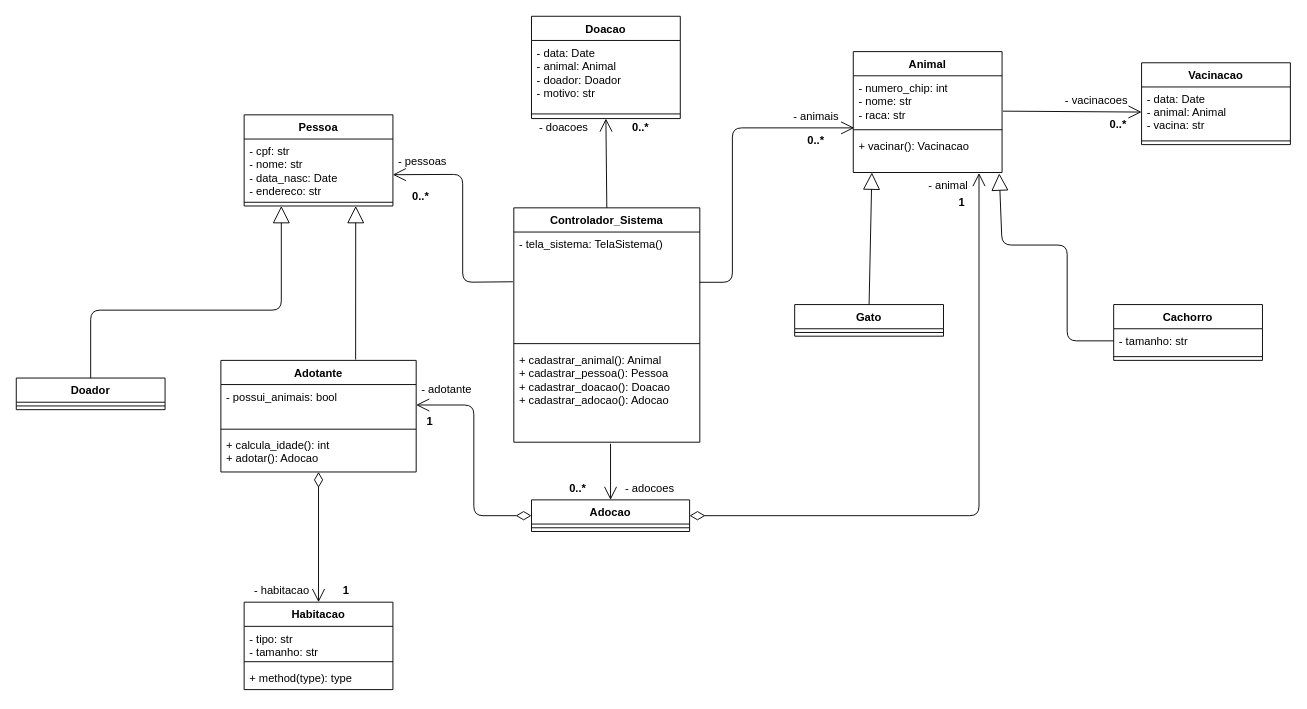
ChrisBarlera/Trabalho-DSOO1 keeps this draw.io diagram as AdoçõesONG(Classes).drawio. Above is the earlier version. Source tidied: cells renumbered, new cells numbered last; positions are measured from the earlier drawing's top-left corner, leaving out a move shared by most shapes. Both pictures are drawn from the tidied source at 93%, with x=0, y=0 at pixel (16, 16).
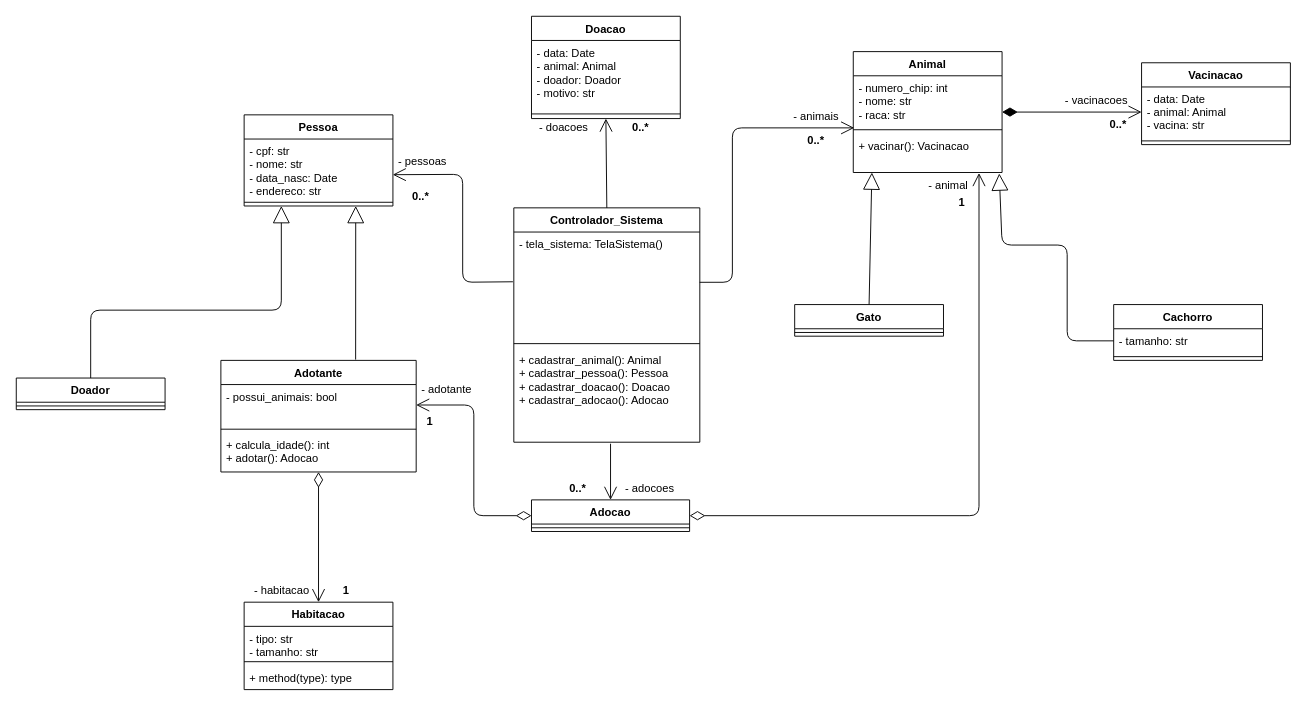
The same diagram, later.

Unchanged cells that the change refers to:
```xml
<mxCell id="14" value="Animal" style="swimlane;fontStyle=1;align=center;verticalAlign=top;horizontal=1;startSize=26;whiteSpace=wrap;html=1;" parent="1" vertex="1">
  <mxGeometry x="900" y="38" width="160" height="130" as="geometry" />
</mxCell>
<mxCell id="15" value="- numero_chip: int&lt;br&gt;- nome: str&lt;br&gt;&lt;div&gt;- raca: str&lt;br&gt;&lt;/div&gt;" style="text;strokeColor=none;fillColor=none;align=left;verticalAlign=top;spacingLeft=4;spacingRight=4;overflow=hidden;points=[[0,0.5],[1,0.5]];portConstraint=eastwest;whiteSpace=wrap;html=1;" parent="14" vertex="1">
  <mxGeometry y="26" width="160" height="54" as="geometry" />
</mxCell>
<mxCell id="31" value="- data: Date&#10;- animal: Animal&#10;- vacina: str" style="text;strokeColor=none;fillColor=none;align=left;verticalAlign=top;spacingLeft=4;spacingRight=4;overflow=hidden;points=[[0,0.5],[1,0.5]];portConstraint=eastwest;" parent="30" vertex="1">
  <mxGeometry y="26" width="160" height="54" as="geometry" />
</mxCell>
```

Diff of the diagram source:
```diff
@@
-    <mxCell id="33" style="endArrow=open;endFill=1;endSize=12;html=1;entryX=0;entryY=0.5;entryDx=0;entryDy=0;exitX=1.006;exitY=0.704;exitDx=0;exitDy=0;exitPerimeter=0;" parent="1" edge="1" source="15" target="31">
-      <mxGeometry relative="1" as="geometry" />
-    </mxCell>
@@
+    <mxCell id="64" style="endArrow=open;html=1;endSize=12;startArrow=diamondThin;startSize=14;startFill=1;edgeStyle=orthogonalEdgeStyle;align=left;verticalAlign=bottom;exitX=1;exitY=0.5;exitDx=0;exitDy=0;entryX=0;entryY=0.5;entryDx=0;entryDy=0;" parent="1" edge="1" source="14" target="31">
+      <mxGeometry x="-1" y="3" relative="1" as="geometry" />
+    </mxCell>
```
